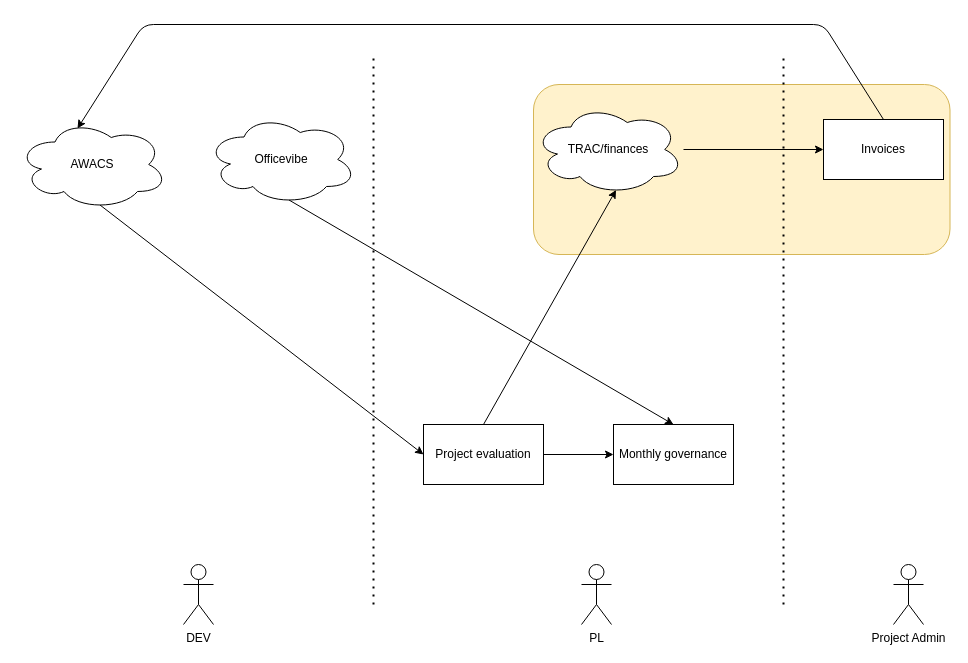
The draw.io diagram monthly.drawio in cinegemadar/local, before the edit. Source tidied: cells renumbered, new cells numbered last; positions are measured from the earlier drawing's top-left corner, leaving out a move shared by most shapes. Both pictures are drawn from the tidied source at 100%, with x=0, y=0 at pixel (17, 24).
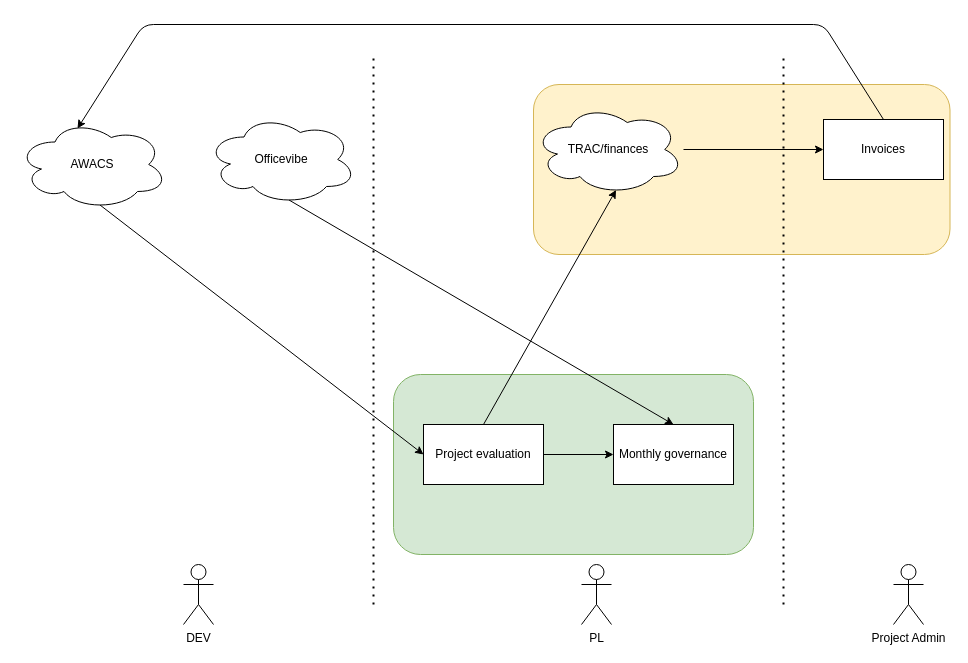
The same page after the edit.

The edit, as a diff of the source:
```diff
@@
+    <mxCell id="20" style="rounded=1;whiteSpace=wrap;html=1;fillColor=#d5e8d4;strokeColor=#82b366;" parent="1" vertex="1">
+      <mxGeometry x="376" y="350" width="360" height="180" as="geometry" />
+    </mxCell>
```
